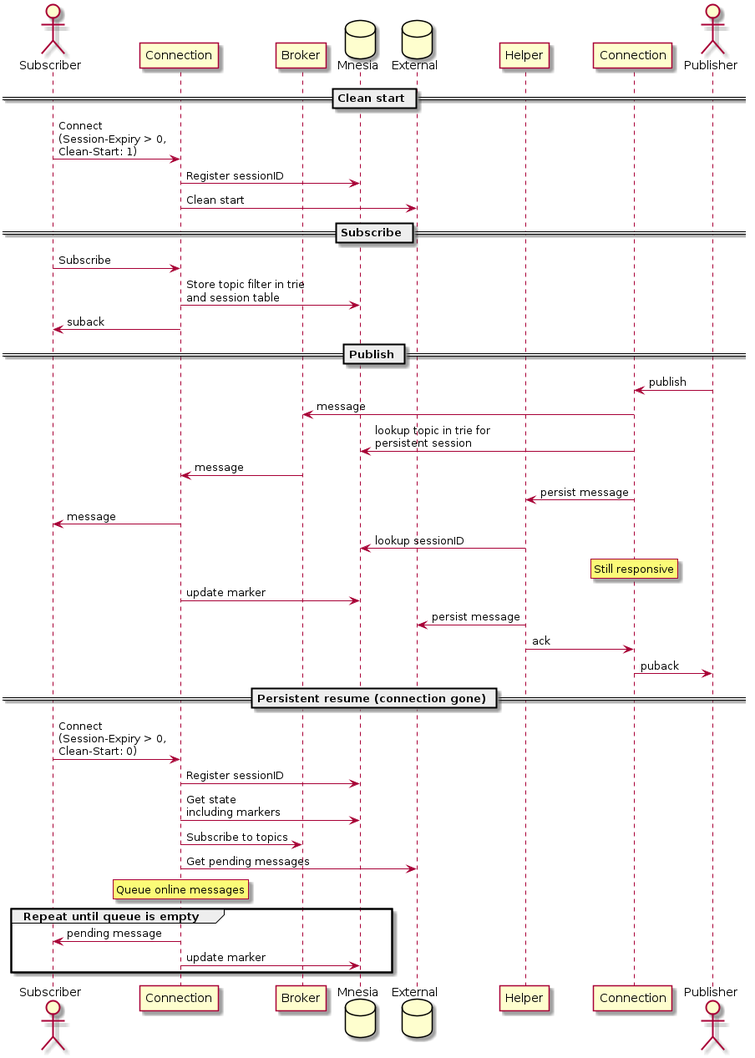
Earlier version of the PlantUML export active/0011-assets/flows.png (emqx/eip).
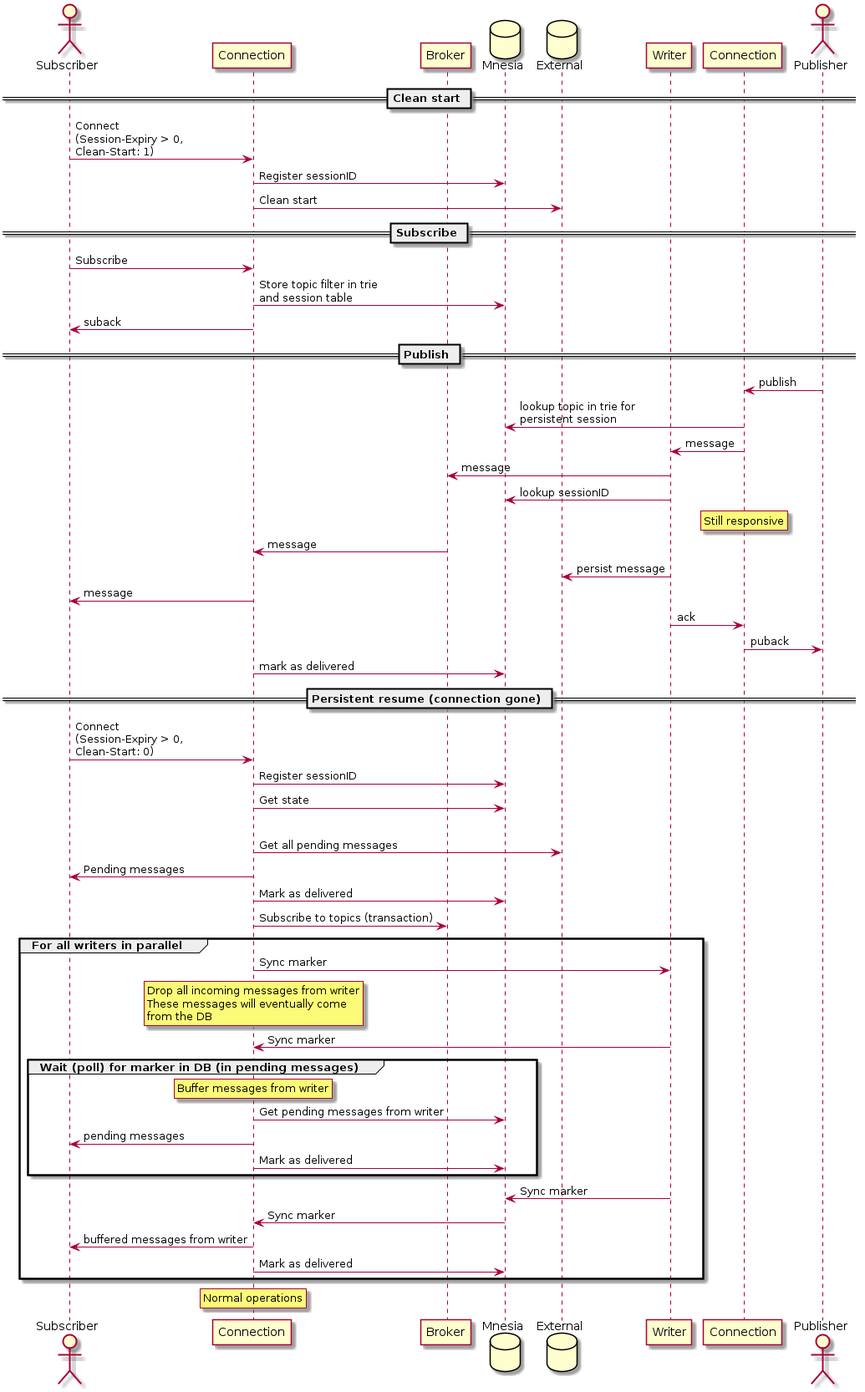
The same diagram one commit later.

Commit message:
Add more information about message syncing

Change to the diagram source:
```diff
@@ -5,7 +5,7 @@
 participant Broker as broker
 database Mnesia as mnesia
 database External as external
-participant Helper as helper
+participant Writer as writer
 participant Connection as pubcon
 actor Publisher as pub
 
@@ -21,32 +21,53 @@
 
 == Publish ==
 pub -> pubcon : publish
-pubcon -> broker : message
 pubcon -> mnesia : lookup topic in trie for\npersistent session
-broker -> subcon : message
-pubcon -> helper : persist message
-subcon -> sub : message
-helper -> mnesia : lookup sessionID
+pubcon -> writer : message
+writer -> broker : message
+writer -> mnesia : lookup sessionID
 rnote over pubcon
   Still responsive
 endrnote
-subcon -> mnesia : update marker
-helper -> external : persist message
-helper -> pubcon : ack
+broker -> subcon : message
+writer -> external : persist message
+subcon -> sub : message
+writer -> pubcon : ack
 pubcon -> pub : puback
+subcon -> mnesia : mark as delivered
+
 
 == Persistent resume (connection gone) ==
 sub -> subcon : Connect\n(Session-Expiry > 0,\nClean-Start: 0)
 subcon -> mnesia : Register sessionID
-subcon -> mnesia : Get state\nincluding markers
-subcon -> broker : Subscribe to topics
-subcon -> external : Get pending messages
-rnote over subcon
-  Queue online messages
-end rnote
-group Repeat until queue is empty
-  subcon -> sub : pending message
-  subcon -> mnesia : update marker
-end group
+subcon -> mnesia : Get state
+group Recovery state machine
+  subcon -> external : Get all pending messages
+  subcon -> sub : Pending messages
+  subcon -> mnesia : Mark as delivered
+  subcon -> broker : Subscribe to topics (transaction)
+  group For all writers in parallel
+    subcon -> writer : Sync marker
+    rnote over subcon
+      Drop all incoming messages from writer
+      These messages will eventually come
+      from the DB
+    end rnote
+    writer -> subcon : Sync marker
+    group Wait (poll) for marker in DB (in pending messages)
+      rnote over subcon
+        Buffer messages from writer
+      end rnote
+      subcon -> mnesia : Get pending messages from writer
+      subcon -> sub : pending messages
+      subcon -> mnesia : Mark as delivered
+    end group
+    writer -> mnesia : Sync marker
+    mnesia -> subcon : Sync marker
+    subcon -> sub : buffered messages from writer
+    subcon -> mnesia : Mark as delivered
+  end group
+  rnote over subcon
+    Normal operations
+  end rnote
 
 @enduml
```
